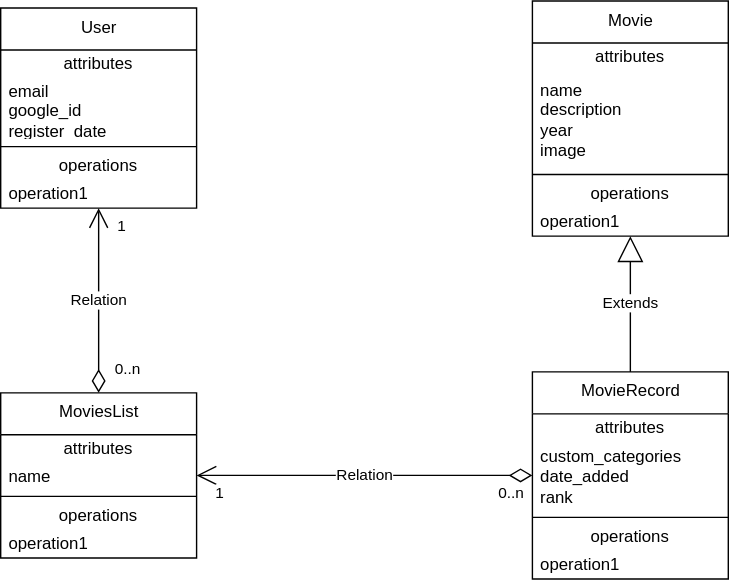
This is MML-Classes.drawio.svg from itamarc/mymovieslist, a draw.io export, as it was before one commit. Source tidied: cells renumbered, new cells last; positions are measured from the earlier drawing's top-left corner, leaving out a move shared by most shapes.
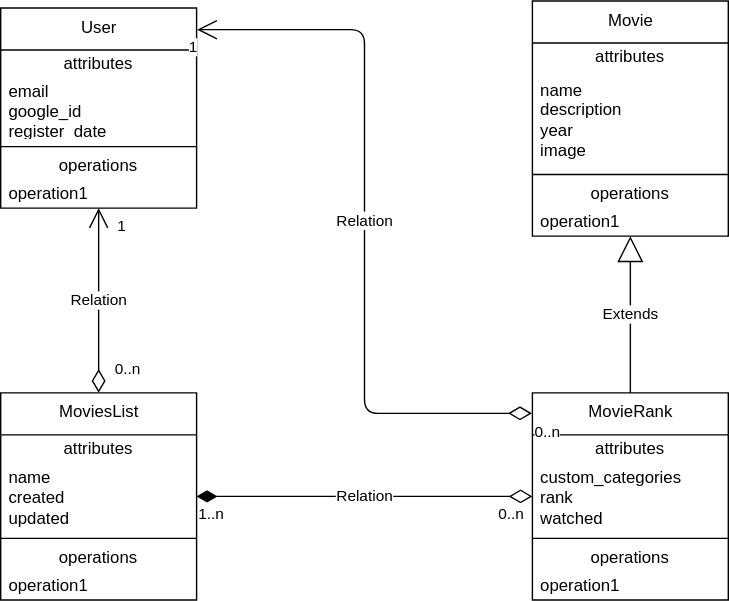
Later version of the same file.

Commit message:
Improving classes diagram

What changed in the source:
```diff
@@ -21,22 +21,22 @@
       <mxGeometry y="123" width="140" height="20" as="geometry" />
     </mxCell>
     <mxCell id="8" value="MoviesList" style="swimlane;fontStyle=0;align=center;verticalAlign=top;horizontal=1;startSize=30;html=1;" parent="1" vertex="1">
-      <mxGeometry y="280" width="140" height="118" as="geometry" />
+      <mxGeometry y="280" width="140" height="148" as="geometry" />
     </mxCell>
     <mxCell id="9" value="attributes" style="text;html=1;strokeColor=none;fillColor=none;align=center;verticalAlign=middle;spacingLeft=4;spacingRight=4;overflow=hidden;" parent="8" vertex="1">
       <mxGeometry y="30" width="140" height="20" as="geometry" />
     </mxCell>
-    <mxCell id="10" value="name" style="text;html=1;strokeColor=none;fillColor=none;align=left;verticalAlign=middle;spacingLeft=4;spacingRight=4;overflow=hidden;" parent="8" vertex="1">
-      <mxGeometry y="50" width="140" height="20" as="geometry" />
+    <mxCell id="10" value="name&lt;br&gt;created&lt;br&gt;updated" style="text;html=1;strokeColor=none;fillColor=none;align=left;verticalAlign=middle;spacingLeft=4;spacingRight=4;overflow=hidden;" parent="8" vertex="1">
+      <mxGeometry y="50" width="140" height="50" as="geometry" />
     </mxCell>
     <mxCell id="11" style="line;strokeWidth=1;fillColor=none;align=left;verticalAlign=middle;spacingTop=-1;spacingLeft=3;spacingRight=3;labelPosition=right;" parent="8" vertex="1">
-      <mxGeometry y="70" width="140" height="8" as="geometry" />
+      <mxGeometry y="100" width="140" height="8" as="geometry" />
     </mxCell>
     <mxCell id="12" value="operations" style="text;html=1;strokeColor=none;fillColor=none;align=center;verticalAlign=middle;spacingLeft=4;spacingRight=4;overflow=hidden;" parent="8" vertex="1">
-      <mxGeometry y="78" width="140" height="20" as="geometry" />
+      <mxGeometry y="108" width="140" height="20" as="geometry" />
     </mxCell>
     <mxCell id="13" value="operation1" style="text;html=1;strokeColor=none;fillColor=none;align=left;verticalAlign=middle;spacingLeft=4;spacingRight=4;overflow=hidden;" parent="8" vertex="1">
-      <mxGeometry y="98" width="140" height="20" as="geometry" />
+      <mxGeometry y="128" width="140" height="20" as="geometry" />
     </mxCell>
     <mxCell id="14" value="Movie" style="swimlane;fontStyle=0;align=center;verticalAlign=top;horizontal=1;startSize=30;html=1;" parent="1" vertex="1">
       <mxGeometry x="380" width="140" height="168" as="geometry" />
@@ -69,7 +69,7 @@
         <mxPoint x="20" as="offset" />
       </mxGeometry>
     </mxCell>
-    <mxCell id="23" value="Relation" style="endArrow=open;html=1;endSize=12;startArrow=diamondThin;startSize=14;startFill=0;edgeStyle=orthogonalEdgeStyle;" parent="1" edge="1" source="26" target="8">
+    <mxCell id="23" value="Relation" style="endArrow=diamondThin;html=1;endSize=12;startArrow=diamondThin;startSize=14;startFill=0;edgeStyle=orthogonalEdgeStyle;endFill=1;" parent="1" edge="1" source="26" target="8">
       <mxGeometry relative="1" as="geometry" />
     </mxCell>
     <mxCell id="24" value="0..n" style="edgeLabel;html=1;align=left;verticalAlign=top;" parent="23" vertex="1">
@@ -77,18 +77,18 @@
         <mxPoint x="-26" as="offset" />
       </mxGeometry>
     </mxCell>
-    <mxCell id="25" value="1" style="edgeLabel;html=1;align=right;verticalAlign=top;" parent="23" vertex="1">
+    <mxCell id="25" value="1..n" style="edgeLabel;html=1;align=right;verticalAlign=top;" parent="23" vertex="1">
       <mxGeometry x="1" relative="1" as="geometry">
         <mxPoint x="20" as="offset" />
       </mxGeometry>
     </mxCell>
-    <mxCell id="26" value="MovieRecord" style="swimlane;fontStyle=0;align=center;verticalAlign=top;horizontal=1;startSize=30;html=1;" parent="1" vertex="1">
-      <mxGeometry x="380" y="265" width="140" height="148" as="geometry" />
+    <mxCell id="26" value="MovieRank" style="swimlane;fontStyle=0;align=center;verticalAlign=top;horizontal=1;startSize=30;html=1;" parent="1" vertex="1">
+      <mxGeometry x="380" y="280" width="140" height="148" as="geometry" />
     </mxCell>
     <mxCell id="27" value="attributes" style="text;html=1;strokeColor=none;fillColor=none;align=center;verticalAlign=middle;spacingLeft=4;spacingRight=4;overflow=hidden;" parent="26" vertex="1">
       <mxGeometry y="30" width="140" height="20" as="geometry" />
     </mxCell>
-    <mxCell id="28" value="custom_categories&lt;br&gt;date_added&lt;br&gt;rank" style="text;html=1;strokeColor=none;fillColor=none;align=left;verticalAlign=middle;spacingLeft=4;spacingRight=4;overflow=hidden;" parent="26" vertex="1">
+    <mxCell id="28" value="custom_categories&lt;br&gt;rank&lt;br&gt;watched" style="text;html=1;strokeColor=none;fillColor=none;align=left;verticalAlign=middle;spacingLeft=4;spacingRight=4;overflow=hidden;" parent="26" vertex="1">
       <mxGeometry y="50" width="140" height="50" as="geometry" />
     </mxCell>
     <mxCell id="29" style="line;strokeWidth=1;fillColor=none;align=left;verticalAlign=middle;spacingTop=-1;spacingLeft=3;spacingRight=3;labelPosition=right;" parent="26" vertex="1">
@@ -103,5 +103,14 @@
     <mxCell id="32" value="Extends" style="endArrow=block;endSize=16;endFill=0;html=1;" parent="1" edge="1" source="26" target="14">
       <mxGeometry relative="1" as="geometry" />
     </mxCell>
+    <mxCell id="33" value="Relation" style="endArrow=open;html=1;endSize=12;startArrow=diamondThin;startSize=14;startFill=0;edgeStyle=orthogonalEdgeStyle;exitX=-0.003;exitY=0.099;exitDx=0;exitDy=0;exitPerimeter=0;entryX=1.003;entryY=0.108;entryDx=0;entryDy=0;entryPerimeter=0;" parent="1" edge="1" source="26" target="2">
+      <mxGeometry relative="1" as="geometry" />
+    </mxCell>
+    <mxCell id="34" value="0..n" style="edgeLabel;html=1;align=left;verticalAlign=top;" parent="33" vertex="1">
+      <mxGeometry x="-1" relative="1" as="geometry" />
+    </mxCell>
+    <mxCell id="35" value="1" style="edgeLabel;html=1;align=right;verticalAlign=top;" parent="33" vertex="1">
+      <mxGeometry x="1" relative="1" as="geometry" />
+    </mxCell>
   </root>
 </mxGraphModel>
```
